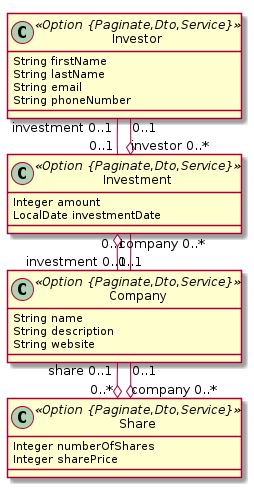
This is equity-crowdfunding.png from kevintanhongann/jhipster-jdl-collection, a PlantUML export, as it was before one commit.
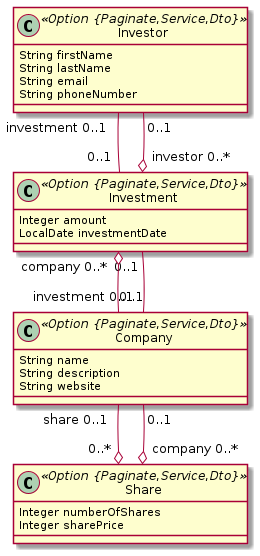
The same diagram one commit later.

What changed in the source:
```diff
@@ -1,22 +1,21 @@
 @startuml
-	!pragma layout smetana
 	!pragma syntax class
-	class Investor <<Option {Paginate,Dto,Service}>> {
+	class Investor <<Option {Paginate,Service,Dto}>> {
 		String firstName
 		String lastName
 		String email
 		String phoneNumber
 	}
-	class Company <<Option {Paginate,Dto,Service}>> {
+	class Company <<Option {Paginate,Service,Dto}>> {
 		String name
 		String description
 		String website
 	}
-	class Investment <<Option {Paginate,Dto,Service}>> {
+	class Investment <<Option {Paginate,Service,Dto}>> {
 		Integer amount
 		LocalDate investmentDate
 	}
-	class Share <<Option {Paginate,Dto,Service}>> {
+	class Share <<Option {Paginate,Service,Dto}>> {
 		Integer numberOfShares
 		Integer sharePrice
 	}
```
